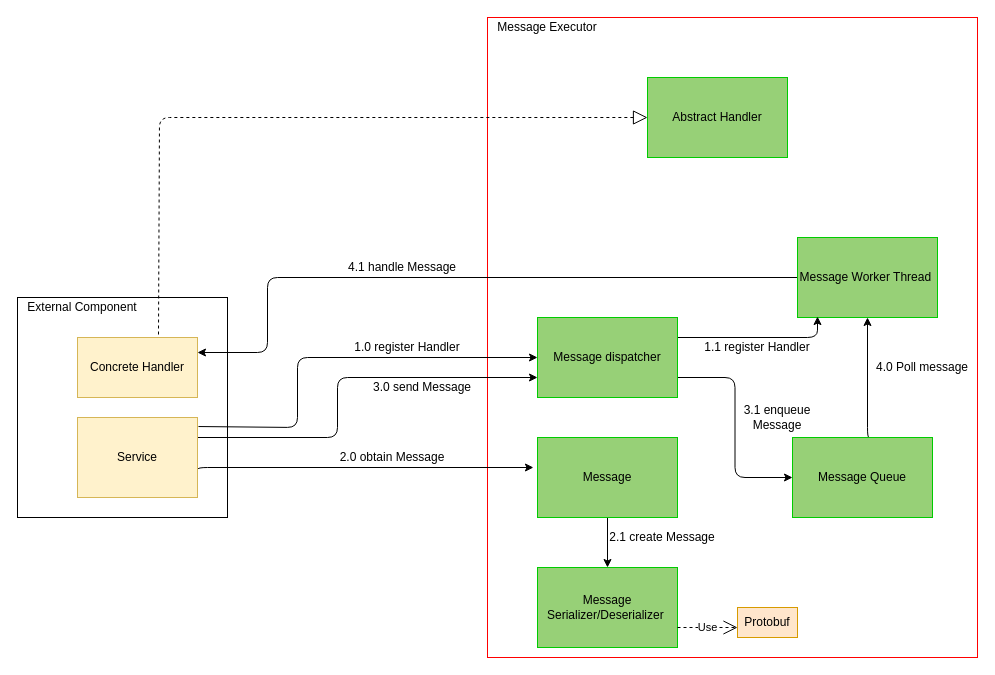
taikt/codefun keeps this draw.io diagram as page "message_executor_dynamic" (4 of 4) of doc/SA cert/Design/executor.drawio. Above is the earlier version. Source tidied: cells renumbered, new cells numbered last; positions are measured from the earlier drawing's top-left corner, leaving out a move shared by most shapes. Both pictures are drawn from the tidied source at 100%, with x=0, y=0 at pixel (17, 17).
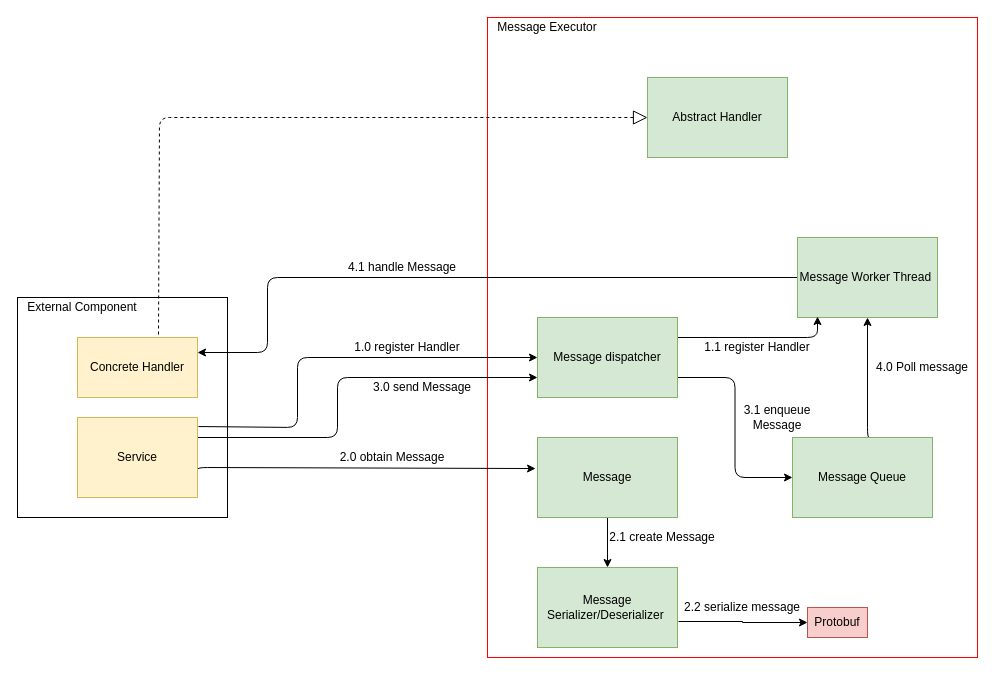
Above is the later version.

Unchanged cells that the change refers to:
```xml
<mxCell id="22" value="Service" style="rounded=0;whiteSpace=wrap;html=1;strokeColor=#d6b656;fillColor=#fff2cc;" parent="1" vertex="1">
  <mxGeometry x="60" y="400" width="120" height="80" as="geometry" />
</mxCell>
```

What changed in the source:
```diff
@@
+    <mxCell id="33" style="edgeStyle=orthogonalEdgeStyle;rounded=0;jettySize=auto;html=1;exitX=1.007;exitY=0.675;exitDx=0;exitDy=0;entryX=0;entryY=0.5;entryDx=0;entryDy=0;exitPerimeter=0;" parent="1" edge="1" source="3" target="11">
+      <mxGeometry relative="1" as="geometry" />
+    </mxCell>
-    <mxCell id="3" value="Message Serializer/Deserializer&amp;nbsp;" style="rounded=0;whiteSpace=wrap;html=1;strokeColor=#00CC00;fillColor=#97D077;" parent="1" vertex="1">
+    <mxCell id="3" value="Message Serializer/Deserializer&amp;nbsp;" style="rounded=0;whiteSpace=wrap;html=1;strokeColor=#82b366;fillColor=#d5e8d4;" parent="1" vertex="1">
       <mxGeometry x="520" y="550" width="140" height="80" as="geometry" />
     </mxCell>
@@
-    <mxCell id="5" value="Message Queue" style="rounded=0;whiteSpace=wrap;html=1;strokeColor=#00CC00;fillColor=#97D077;" parent="1" vertex="1">
+    <mxCell id="5" value="Message Queue" style="rounded=0;whiteSpace=wrap;html=1;strokeColor=#82b366;fillColor=#d5e8d4;" parent="1" vertex="1">
       <mxGeometry x="775" y="420" width="140" height="80" as="geometry" />
     </mxCell>
@@
-    <mxCell id="7" value="Message Worker Thread&amp;nbsp;" style="rounded=0;whiteSpace=wrap;html=1;strokeColor=#00CC00;fillColor=#97D077;" parent="1" vertex="1">
+    <mxCell id="7" value="Message Worker Thread&amp;nbsp;" style="rounded=0;whiteSpace=wrap;html=1;strokeColor=#82b366;fillColor=#d5e8d4;" parent="1" vertex="1">
       <mxGeometry x="780" y="220" width="140" height="80" as="geometry" />
     </mxCell>
@@
-    <mxCell id="10" value="Message dispatcher" style="rounded=0;whiteSpace=wrap;html=1;strokeColor=#00CC00;fillColor=#97D077;" parent="1" vertex="1">
+    <mxCell id="10" value="Message dispatcher" style="rounded=0;whiteSpace=wrap;html=1;strokeColor=#82b366;fillColor=#d5e8d4;" parent="1" vertex="1">
       <mxGeometry x="520" y="300" width="140" height="80" as="geometry" />
     </mxCell>
-    <mxCell id="11" value="Protobuf" style="rounded=0;whiteSpace=wrap;html=1;strokeColor=#d79b00;fillColor=#ffe6cc;" parent="1" vertex="1">
-      <mxGeometry x="720" y="590" width="60" height="30" as="geometry" />
+    <mxCell id="11" value="Protobuf" style="rounded=0;whiteSpace=wrap;html=1;strokeColor=#b85450;fillColor=#f8cecc;" parent="1" vertex="1">
+      <mxGeometry x="790" y="590" width="60" height="30" as="geometry" />
     </mxCell>
-    <mxCell id="12" value="Use" style="endArrow=open;endSize=12;dashed=1;html=1;exitX=1;exitY=0.75;exitDx=0;exitDy=0;" parent="1" edge="1" source="3">
-      <mxGeometry relative="1" as="geometry">
-        <mxPoint x="720" y="610" as="targetPoint" />
-      </mxGeometry>
-    </mxCell>
-    <mxCell id="13" value="Abstract Handler" style="rounded=0;whiteSpace=wrap;html=1;strokeColor=#00CC00;fillColor=#97D077;" parent="1" vertex="1">
+    <mxCell id="13" value="Abstract Handler" style="rounded=0;whiteSpace=wrap;html=1;strokeColor=#82b366;fillColor=#d5e8d4;" parent="1" vertex="1">
       <mxGeometry x="630" y="60" width="140" height="80" as="geometry" />
     </mxCell>
@@
-    <mxCell id="15" value="Message" style="rounded=0;whiteSpace=wrap;html=1;strokeColor=#00CC00;fillColor=#97D077;" parent="1" vertex="1">
+    <mxCell id="15" value="Message" style="rounded=0;whiteSpace=wrap;html=1;strokeColor=#82b366;fillColor=#d5e8d4;" parent="1" vertex="1">
       <mxGeometry x="520" y="420" width="140" height="80" as="geometry" />
     </mxCell>
@@
-    <mxCell id="19" style="edgeStyle=orthogonalEdgeStyle;rounded=1;jettySize=auto;html=1;exitX=1;exitY=0.675;exitDx=0;exitDy=0;entryX=-0.029;entryY=0.375;entryDx=0;entryDy=0;entryPerimeter=0;exitPerimeter=0;" parent="1" edge="1" source="22" target="15">
+    <mxCell id="19" style="edgeStyle=orthogonalEdgeStyle;rounded=1;jettySize=auto;html=1;exitX=1;exitY=0.675;exitDx=0;exitDy=0;entryX=-0.014;entryY=0.388;entryDx=0;entryDy=0;entryPerimeter=0;exitPerimeter=0;" parent="1" edge="1" source="22" target="15">
       <mxGeometry relative="1" as="geometry">
         <Array as="points">
           <mxPoint x="180" y="450" />
         </Array>
       </mxGeometry>
     </mxCell>
@@
+    <mxCell id="34" value="2.2 serialize message" style="text;html=1;strokeColor=none;fillColor=none;align=center;verticalAlign=middle;whiteSpace=wrap;rounded=0;" parent="1" vertex="1">
+      <mxGeometry x="660" y="580" width="130" height="20" as="geometry" />
+    </mxCell>
```
